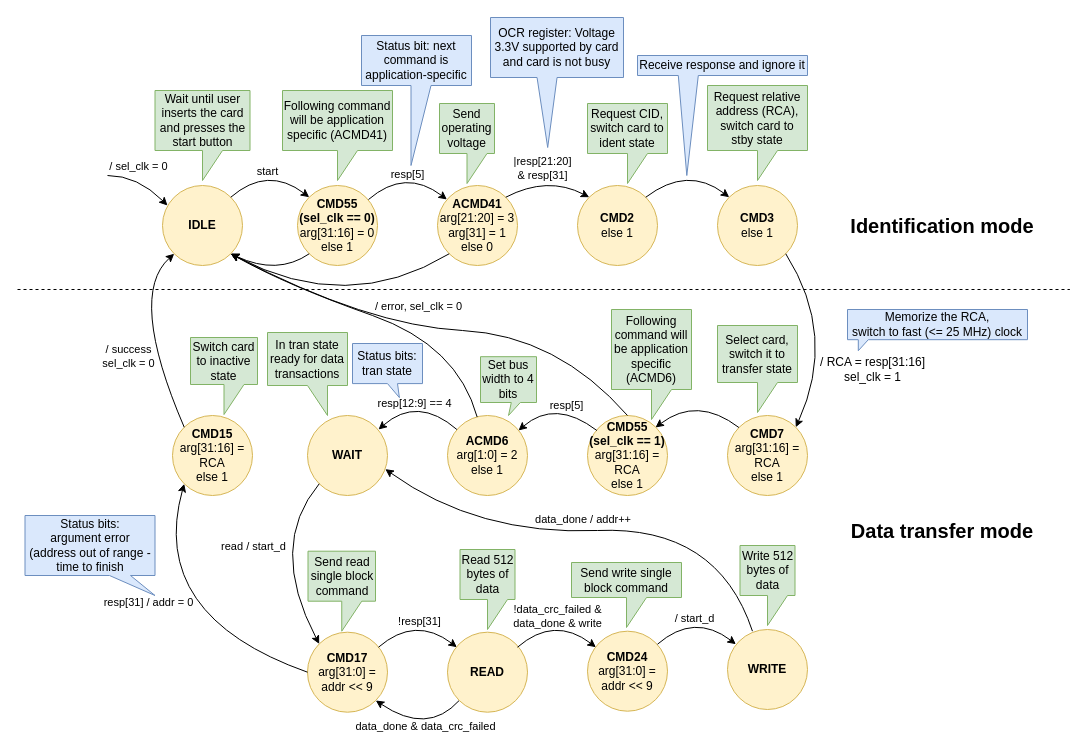
Above: docs/SD/SD_fpga_states.drawio in sirazenkov/GhostSD (draw.io), before the change. Source tidied: cells renumbered, new cells numbered last; positions are measured from the earlier drawing's top-left corner, leaving out a move shared by most shapes. Both pictures are drawn from the tidied source at 100%, with x=0, y=0 at pixel (17, 17).
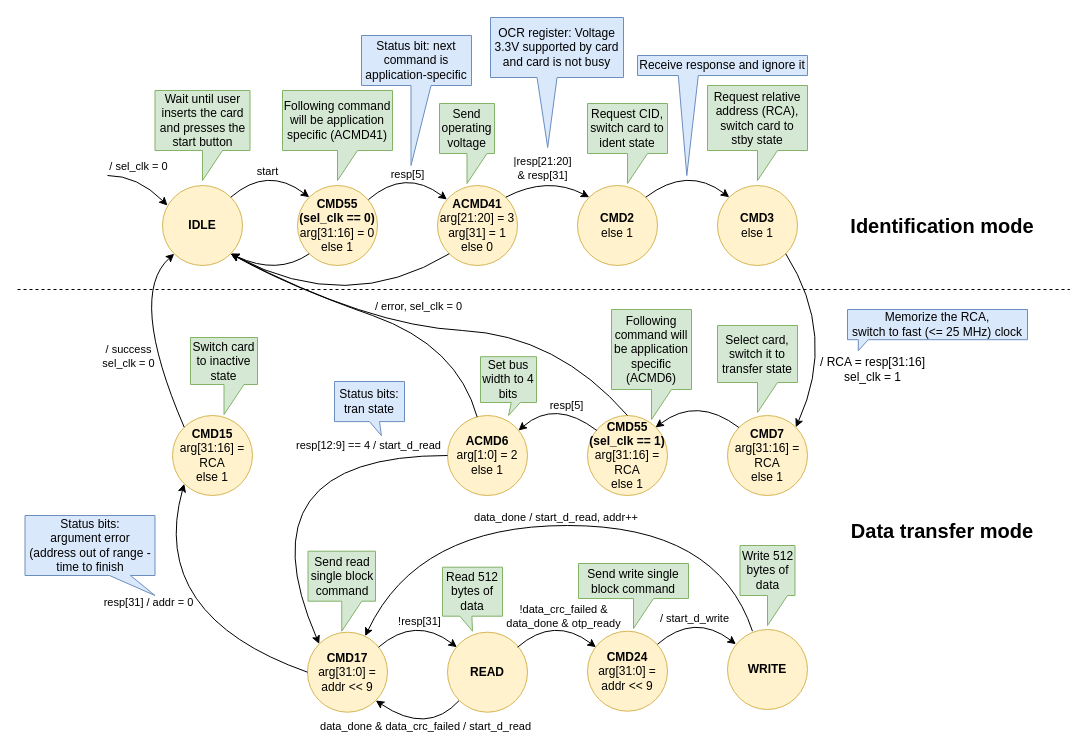
Above is the later version.

Commit message (it also covers changes not shown here):
Updated docs: simplify whole system and sd FSM states

Unchanged cells that the change refers to:
```xml
<mxCell id="22" value="&lt;b&gt;ACMD6&lt;/b&gt;&lt;br&gt;arg[1:0] = 2&lt;br&gt;else 1" style="ellipse;whiteSpace=wrap;html=1;fillColor=#fff2cc;strokeColor=#d6b656;" parent="1" vertex="1">
  <mxGeometry x="430" y="398" width="80" height="80" as="geometry" />
</mxCell>
<mxCell id="28" value="&lt;b&gt;CMD17&lt;/b&gt;&lt;br&gt;arg[31:0] = addr &amp;lt;&amp;lt; 9" style="ellipse;whiteSpace=wrap;html=1;fillColor=#fff2cc;strokeColor=#d6b656;" parent="1" vertex="1">
  <mxGeometry x="290" y="614.7" width="80" height="80" as="geometry" />
</mxCell>
<mxCell id="66" style="curved=1;endArrow=classic;html=1;rounded=0;exitX=0;exitY=1;exitDx=0;exitDy=0;entryX=1;entryY=1;entryDx=0;entryDy=0;" parent="1" edge="1" source="69" target="28">
  <mxGeometry relative="1" as="geometry">
    <Array as="points">
      <mxPoint x="410" y="718" />
    </Array>
  </mxGeometry>
</mxCell>
<mxCell id="70" value="&lt;b&gt;WRITE&lt;/b&gt;" style="ellipse;whiteSpace=wrap;html=1;fillColor=#fff2cc;strokeColor=#d6b656;" parent="1" vertex="1">
  <mxGeometry x="710" y="612" width="80" height="80" as="geometry" />
</mxCell>
<mxCell id="71" style="curved=1;endArrow=classic;html=1;rounded=0;entryX=0;entryY=0;entryDx=0;entryDy=0;exitX=1;exitY=0;exitDx=0;exitDy=0;" parent="1" edge="1">
  <mxGeometry relative="1" as="geometry">
    <mxPoint x="500" y="629.7" as="sourcePoint" />
    <mxPoint x="578.4" y="629.7" as="targetPoint" />
    <Array as="points">
      <mxPoint x="536.7" y="598" />
    </Array>
  </mxGeometry>
</mxCell>
<mxCell id="74" style="curved=1;endArrow=classic;html=1;rounded=0;entryX=0;entryY=0;entryDx=0;entryDy=0;exitX=1;exitY=0;exitDx=0;exitDy=0;" parent="1" edge="1">
  <mxGeometry relative="1" as="geometry">
    <mxPoint x="640" y="626.7" as="sourcePoint" />
    <mxPoint x="718.4" y="626.7" as="targetPoint" />
    <Array as="points">
      <mxPoint x="676.7" y="595" />
    </Array>
  </mxGeometry>
</mxCell>
```

Change to the diagram source:
```diff
@@
-    <mxCell id="25" value="&lt;b&gt;WAIT&lt;/b&gt;" style="ellipse;whiteSpace=wrap;html=1;fillColor=#fff2cc;strokeColor=#d6b656;" parent="1" vertex="1">
-      <mxGeometry x="290" y="398" width="80" height="80" as="geometry" />
-    </mxCell>
-    <mxCell id="26" style="curved=1;endArrow=none;html=1;rounded=0;entryX=0;entryY=0;entryDx=0;entryDy=0;exitX=1;exitY=0;exitDx=0;exitDy=0;startArrow=classic;startFill=1;endFill=0;" parent="1" edge="1">
-      <mxGeometry relative="1" as="geometry">
-        <mxPoint x="361" y="412" as="sourcePoint" />
-        <mxPoint x="439.4" y="412" as="targetPoint" />
-        <Array as="points">
-          <mxPoint x="400" y="378" />
-        </Array>
-      </mxGeometry>
-    </mxCell>
-    <mxCell id="27" value="resp[12:9] == 4" style="edgeLabel;html=1;align=center;verticalAlign=middle;" parent="26" vertex="1">
-      <mxGeometry x="-0.24" y="-11" relative="1" as="geometry">
-        <mxPoint x="-1" y="-9" as="offset" />
-      </mxGeometry>
-    </mxCell>
@@
-    <mxCell id="29" style="curved=1;endArrow=none;html=1;rounded=0;entryX=0;entryY=1;entryDx=0;entryDy=0;exitX=0;exitY=0;exitDx=0;exitDy=0;startArrow=classic;startFill=1;endFill=0;" parent="1" edge="1" source="28" target="25">
+    <mxCell id="29" style="curved=1;endArrow=none;html=1;rounded=0;entryX=0;entryY=0.5;entryDx=0;entryDy=0;exitX=0;exitY=0;exitDx=0;exitDy=0;startArrow=classic;startFill=1;endFill=0;" parent="1" edge="1" source="28" target="22">
       <mxGeometry relative="1" as="geometry">
         <Array as="points">
-          <mxPoint x="250" y="528" />
+          <mxPoint x="220" y="438" />
         </Array>
       </mxGeometry>
     </mxCell>
-    <mxCell id="30" value="read / start_d" style="edgeLabel;html=1;align=center;verticalAlign=middle;" parent="29" vertex="1">
+    <mxCell id="30" value="resp[12:9] == 4 / start_d_read" style="edgeLabel;html=1;align=center;verticalAlign=middle;" parent="29" vertex="1">
       <mxGeometry x="0.23" y="-13" relative="1" as="geometry">
-        <mxPoint x="-29" y="-3" as="offset" />
+        <mxPoint x="81" y="-24" as="offset" />
       </mxGeometry>
     </mxCell>
@@
-    <mxCell id="34" style="curved=1;endArrow=classic;html=1;rounded=0;entryX=0.973;entryY=0.67;entryDx=0;entryDy=0;exitX=0.312;exitY=0.021;exitDx=0;exitDy=0;entryPerimeter=0;exitPerimeter=0;" parent="1" edge="1" source="70" target="25">
+    <mxCell id="34" style="curved=1;endArrow=classic;html=1;rounded=0;entryX=0.722;entryY=0.049;entryDx=0;entryDy=0;exitX=0.312;exitY=0.021;exitDx=0;exitDy=0;entryPerimeter=0;exitPerimeter=0;" parent="1" edge="1" source="70" target="28">
       <mxGeometry relative="1" as="geometry">
         <Array as="points">
           <mxPoint x="700" y="508" />
-          <mxPoint x="460" y="518" />
+          <mxPoint x="400" y="508" />
         </Array>
       </mxGeometry>
     </mxCell>
-    <mxCell id="35" value="&amp;nbsp;data_done / addr++" style="edgeLabel;html=1;align=center;verticalAlign=middle;" parent="34" vertex="1">
+    <mxCell id="35" value="&amp;nbsp;data_done / start_d_read, addr++" style="edgeLabel;html=1;align=center;verticalAlign=middle;" parent="34" vertex="1">
       <mxGeometry x="-0.22" y="13" relative="1" as="geometry">
         <mxPoint x="-67" y="-22" as="offset" />
       </mxGeometry>
     </mxCell>
@@
-    <mxCell id="47" value="In tran state ready for data transactions" style="shape=callout;whiteSpace=wrap;html=1;perimeter=calloutPerimeter;fillColor=#d5e8d4;strokeColor=#82b366;position2=0.75;" parent="1" vertex="1">
-      <mxGeometry x="250" y="315" width="80" height="83" as="geometry" />
-    </mxCell>
@@
     <mxCell id="49" value="Send write single block command" style="shape=callout;whiteSpace=wrap;html=1;perimeter=calloutPerimeter;fillColor=#d5e8d4;strokeColor=#82b366;" parent="1" vertex="1">
-      <mxGeometry x="554" y="545" width="110" height="65" as="geometry" />
+      <mxGeometry x="561" y="546" width="110" height="65" as="geometry" />
     </mxCell>
@@
     <mxCell id="64" value="Status bits: tran state" style="shape=callout;whiteSpace=wrap;html=1;perimeter=calloutPerimeter;fillColor=#dae8fc;strokeColor=#6c8ebf;size=14;position=0.5;position2=0.67;base=10;" parent="1" vertex="1">
-      <mxGeometry x="335" y="326" width="70" height="54.1" as="geometry" />
+      <mxGeometry x="317" y="364" width="70" height="54.1" as="geometry" />
     </mxCell>
@@
-    <mxCell id="67" value="data_done &amp;amp; data_crc_failed" style="edgeLabel;html=1;align=center;verticalAlign=middle;" parent="66" vertex="1">
+    <mxCell id="67" value="data_done &amp;amp; data_crc_failed / start_d_read" style="edgeLabel;html=1;align=center;verticalAlign=middle;" parent="66" vertex="1">
       <mxGeometry x="-0.59" y="-2" relative="1" as="geometry">
         <mxPoint x="-18" y="11" as="offset" />
       </mxGeometry>
     </mxCell>
-    <mxCell id="68" value="Read 512 bytes of data" style="shape=callout;whiteSpace=wrap;html=1;perimeter=calloutPerimeter;fillColor=#d5e8d4;strokeColor=#82b366;" parent="1" vertex="1">
-      <mxGeometry x="442.5" y="532" width="55" height="80" as="geometry" />
+    <mxCell id="68" value="Read 512 bytes of data" style="shape=callout;whiteSpace=wrap;html=1;perimeter=calloutPerimeter;fillColor=#d5e8d4;strokeColor=#82b366;size=15;position=0.29;base=12;" parent="1" vertex="1">
+      <mxGeometry x="425" y="549.7" width="60" height="64" as="geometry" />
     </mxCell>
@@
-    <mxCell id="72" value="!data_crc_failed &amp;amp;&lt;br&gt;data_done &amp;amp; write" style="edgeLabel;html=1;align=center;verticalAlign=middle;" parent="71" vertex="1">
+    <mxCell id="72" value="!data_crc_failed &amp;amp;&lt;br&gt;data_done &amp;amp; otp_ready" style="edgeLabel;html=1;align=center;verticalAlign=middle;" parent="71" vertex="1">
       <mxGeometry x="-0.37" y="-7" relative="1" as="geometry">
-        <mxPoint x="11" y="-16" as="offset" />
+        <mxPoint x="17" y="-16" as="offset" />
       </mxGeometry>
     </mxCell>
@@
-    <mxCell id="75" value="/ start_d" style="edgeLabel;html=1;align=center;verticalAlign=middle;" parent="74" vertex="1">
+    <mxCell id="75" value="/ start_d_write" style="edgeLabel;html=1;align=center;verticalAlign=middle;" parent="74" vertex="1">
       <mxGeometry x="0.14" y="-10" relative="1" as="geometry">
         <mxPoint x="-1" y="-8" as="offset" />
       </mxGeometry>
     </mxCell>
```
